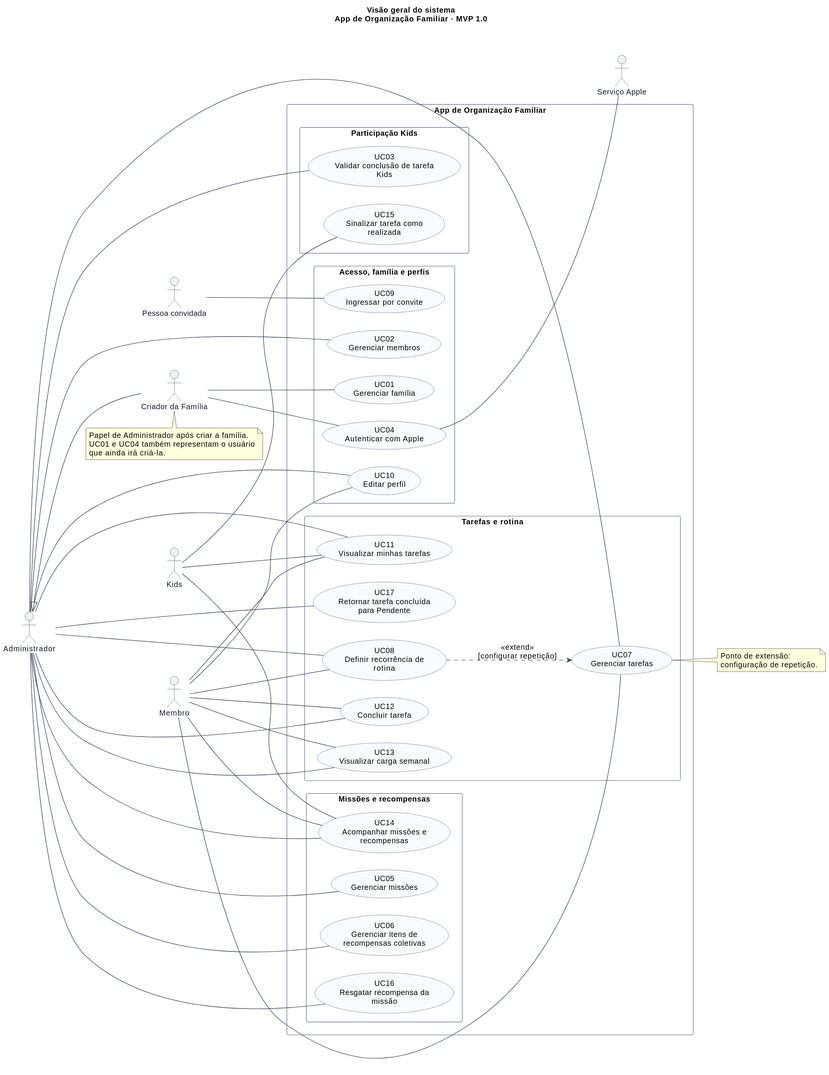
Earlier version of the PlantUML export docs/diagramas/casos-de-uso/01-visao-geral.svg (lizandramalta/App-Rotina-Familiar).
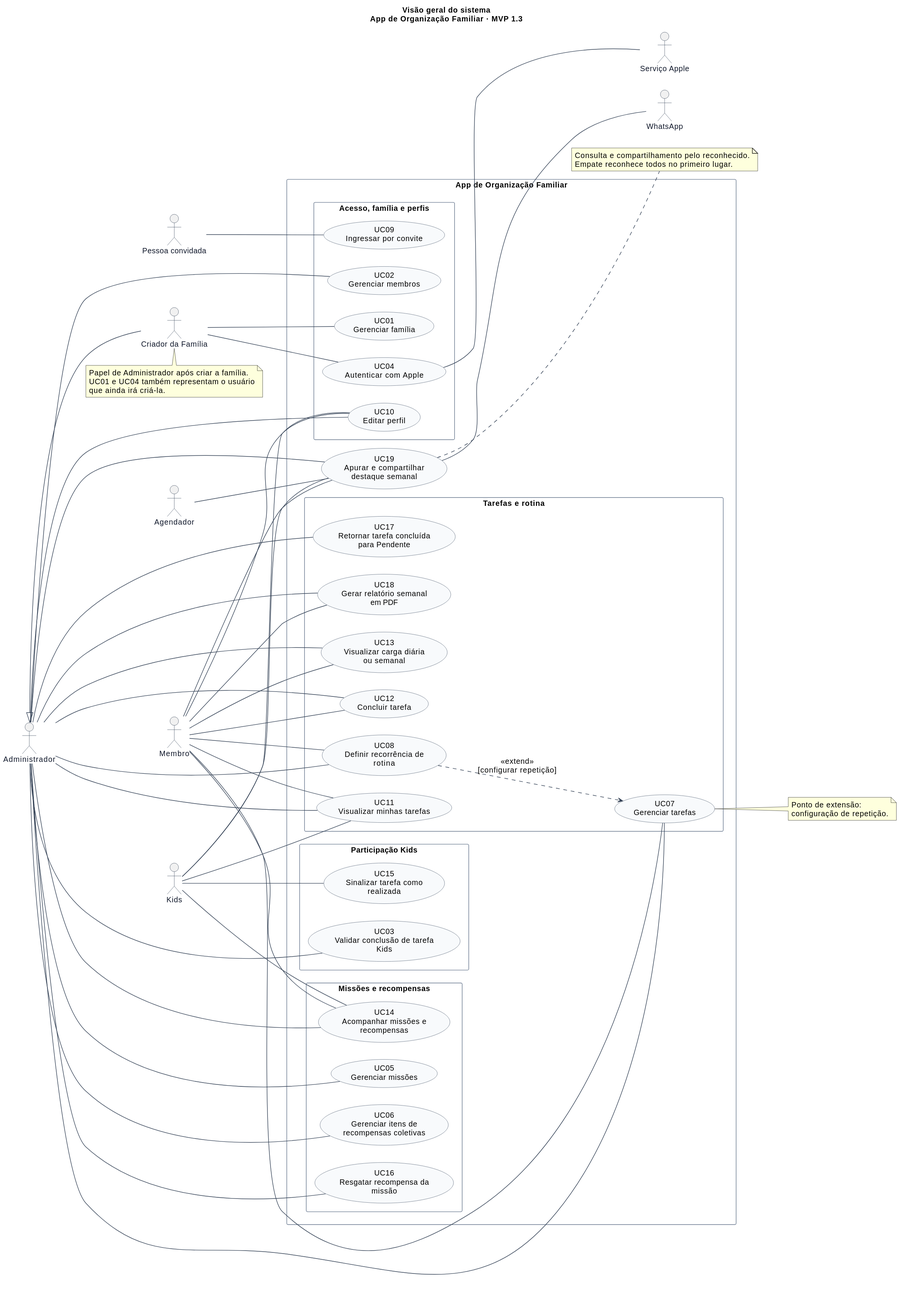
After the commit.

Diff of the diagram source:
```diff
@@ -13,7 +13,7 @@
 skinparam packageStyle rectangle
 skinparam nodesep 32
 skinparam ranksep 55
-title Visão geral do sistema\nApp de Organização Familiar · MVP 1.0
+title Visão geral do sistema\nApp de Organização Familiar · MVP 1.3
 
 actor "Administrador" as Admin
 actor "Membro" as Membro
@@ -21,6 +21,8 @@
 actor "Criador da Família" as Criador
 actor "Pessoa convidada" as Convidado
 actor "Serviço Apple" as Apple
+actor "Agendador" as Agendador
+actor "WhatsApp" as WhatsApp
 
 rectangle "App de Organização Familiar" {
   package "Acesso, família e perfis" {
@@ -35,13 +37,15 @@
   usecase "UC08\nDefinir recorrência de\nrotina" as UC08
   usecase "UC11\nVisualizar minhas tarefas" as UC11
   usecase "UC12\nConcluir tarefa" as UC12
-  usecase "UC13\nVisualizar carga semanal" as UC13
+  usecase "UC13\nVisualizar carga diária\nou semanal" as UC13
+  usecase "UC18\nGerar relatório semanal\nem PDF" as UC18
   usecase "UC17\nRetornar tarefa concluída\npara Pendente" as UC17
   }
   package "Participação Kids" {
   usecase "UC15\nSinalizar tarefa como\nrealizada" as UC15
   usecase "UC03\nValidar conclusão de tarefa\nKids" as UC03
   }
+  usecase "UC19\nApurar e compartilhar\ndestaque semanal" as UC19
   package "Missões e recompensas" {
   usecase "UC05\nGerenciar missões" as UC05
   usecase "UC06\nGerenciar itens de\nrecompensas coletivas" as UC06
@@ -60,15 +64,18 @@
 Admin -- UC11
 Admin -- UC12
 Admin -- UC13
+Admin -- UC18
 Admin -- UC14
 Admin -- UC16
 Admin -- UC17
 Membro -- UC07
 Membro -- UC08
 Membro -- UC10
+Kids -- UC10
 Membro -- UC11
 Membro -- UC12
 Membro -- UC13
+Membro -- UC18
 Membro -- UC14
 Kids -- UC11
 Kids -- UC14
@@ -88,4 +95,14 @@
   Ponto de extensão:
   configuração de repetição.
 end note
+
+Agendador -- UC19
+Admin -- UC19
+Membro -- UC19
+Kids -- UC19
+UC19 -- WhatsApp
+note right of UC19
+  Consulta e compartilhamento pelo reconhecido.
+  Empate reconhece todos no primeiro lugar.
+end note
 @enduml
```
